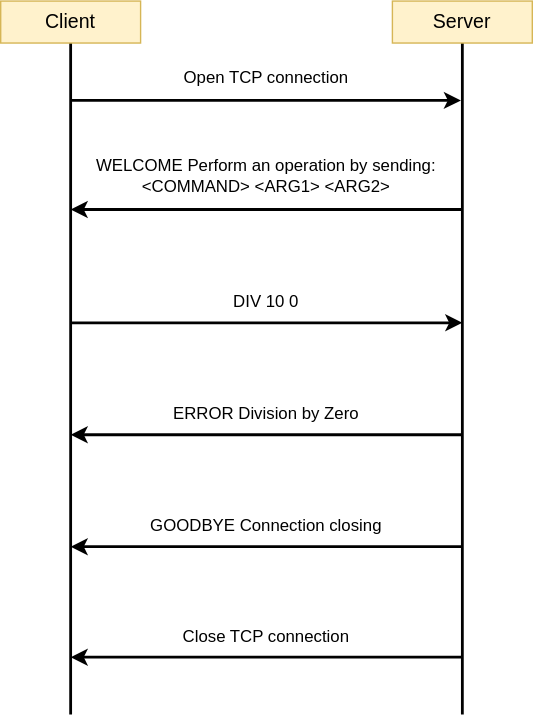
Above: specs/wolff-heig_adamrab187/images/protocol-Error-Scenario-Example.svg in wolff-heig/dai-lab-protocoldesign (draw.io), before the change. Source tidied: cells renumbered, new cells last; positions are measured from the earlier drawing's top-left corner, leaving out a move shared by most shapes. The source it was exported from:
```xml
<mxGraphModel>
  <root>
    <mxCell id="0" />
    <mxCell id="1" parent="0" />
    <mxCell id="2" style="line;strokeWidth=2;direction=south;html=1;perimeter=backbonePerimeter;" parent="1" vertex="1">
      <mxGeometry x="45" y="30" width="10" height="480" as="geometry" />
    </mxCell>
    <mxCell id="3" style="line;strokeWidth=2;direction=south;html=1;perimeter=backbonePerimeter;points=[];outlineConnect=0;" parent="1" vertex="1">
      <mxGeometry x="325" y="30" width="10" height="480" as="geometry" />
    </mxCell>
    <mxCell id="4" value="&lt;font style=&quot;font-size: 14px;&quot;&gt;Client&lt;/font&gt;" style="text;html=1;align=center;verticalAlign=middle;whiteSpace=wrap;rounded=0;rotation=0;fillColor=#fff2cc;strokeColor=#d6b656;" parent="1" vertex="1">
      <mxGeometry width="100" height="30" as="geometry" />
    </mxCell>
    <mxCell id="5" value="&lt;div&gt;&lt;font style=&quot;font-size: 14px;&quot;&gt;Server&lt;/font&gt;&lt;/div&gt;" style="text;html=1;align=center;verticalAlign=middle;whiteSpace=wrap;rounded=0;rotation=0;fillColor=#fff2cc;strokeColor=#d6b656;" parent="1" vertex="1">
      <mxGeometry x="280" width="100" height="30" as="geometry" />
    </mxCell>
    <mxCell id="6" style="endArrow=classic;html=1;rounded=0;strokeWidth=2;" parent="1" edge="1">
      <mxGeometry relative="1" as="geometry">
        <mxPoint x="50" y="71" as="sourcePoint" />
        <mxPoint x="329" y="71" as="targetPoint" />
      </mxGeometry>
    </mxCell>
    <mxCell id="7" style="endArrow=classic;html=1;rounded=0;strokeWidth=2;entryX=0.563;entryY=0.5;entryDx=0;entryDy=0;entryPerimeter=0;" parent="1" edge="1">
      <mxGeometry relative="1" as="geometry">
        <mxPoint x="50" y="230" as="sourcePoint" />
        <mxPoint x="330" y="230" as="targetPoint" />
      </mxGeometry>
    </mxCell>
    <mxCell id="8" value="&lt;div&gt;Open TCP connection&lt;/div&gt;" style="text;strokeColor=none;align=center;fillColor=none;html=1;verticalAlign=middle;whiteSpace=wrap;rounded=0;" parent="1" vertex="1">
      <mxGeometry x="115" y="40" width="150" height="30" as="geometry" />
    </mxCell>
    <mxCell id="9" style="endArrow=classic;html=1;rounded=0;strokeWidth=2;" parent="1" edge="1">
      <mxGeometry relative="1" as="geometry">
        <mxPoint x="330" y="149" as="sourcePoint" />
        <mxPoint x="50" y="149" as="targetPoint" />
      </mxGeometry>
    </mxCell>
    <mxCell id="10" value="&lt;div&gt;WELCOME Perform an operation by sending: &amp;lt;COMMAND&amp;gt; &amp;lt;ARG1&amp;gt; &amp;lt;ARG2&amp;gt;&lt;/div&gt;" style="text;strokeColor=none;align=center;fillColor=none;html=1;verticalAlign=middle;whiteSpace=wrap;rounded=0;" parent="1" vertex="1">
      <mxGeometry x="60" y="110" width="260" height="30" as="geometry" />
    </mxCell>
    <mxCell id="11" value="&lt;div&gt;DIV 10 0&lt;/div&gt;" style="text;strokeColor=none;align=center;fillColor=none;html=1;verticalAlign=middle;whiteSpace=wrap;rounded=0;" parent="1" vertex="1">
      <mxGeometry x="60" y="200" width="260" height="30" as="geometry" />
    </mxCell>
    <mxCell id="12" style="endArrow=classic;html=1;rounded=0;strokeWidth=2;" parent="1" edge="1">
      <mxGeometry relative="1" as="geometry">
        <mxPoint x="330" y="310" as="sourcePoint" />
        <mxPoint x="50" y="310" as="targetPoint" />
      </mxGeometry>
    </mxCell>
    <mxCell id="13" value="&lt;div&gt;ERROR Division by Zero&lt;/div&gt;" style="text;strokeColor=none;align=center;fillColor=none;html=1;verticalAlign=middle;whiteSpace=wrap;rounded=0;" parent="1" vertex="1">
      <mxGeometry x="60" y="280" width="260" height="30" as="geometry" />
    </mxCell>
    <mxCell id="14" style="endArrow=classic;html=1;rounded=0;strokeWidth=2;" parent="1" edge="1">
      <mxGeometry relative="1" as="geometry">
        <mxPoint x="330" y="390" as="sourcePoint" />
        <mxPoint x="50" y="390" as="targetPoint" />
      </mxGeometry>
    </mxCell>
    <mxCell id="15" value="&lt;div&gt;GOODBYE Connection closing&lt;/div&gt;" style="text;strokeColor=none;align=center;fillColor=none;html=1;verticalAlign=middle;whiteSpace=wrap;rounded=0;" parent="1" vertex="1">
      <mxGeometry x="60" y="360" width="260" height="30" as="geometry" />
    </mxCell>
    <mxCell id="16" style="endArrow=classic;html=1;rounded=0;strokeWidth=2;" parent="1" edge="1">
      <mxGeometry relative="1" as="geometry">
        <mxPoint x="330" y="469" as="sourcePoint" />
        <mxPoint x="50" y="469" as="targetPoint" />
      </mxGeometry>
    </mxCell>
    <mxCell id="17" value="&lt;div&gt;Close TCP connection&lt;/div&gt;" style="text;strokeColor=none;align=center;fillColor=none;html=1;verticalAlign=middle;whiteSpace=wrap;rounded=0;" parent="1" vertex="1">
      <mxGeometry x="60" y="440" width="260" height="30" as="geometry" />
    </mxCell>
  </root>
</mxGraphModel>
```
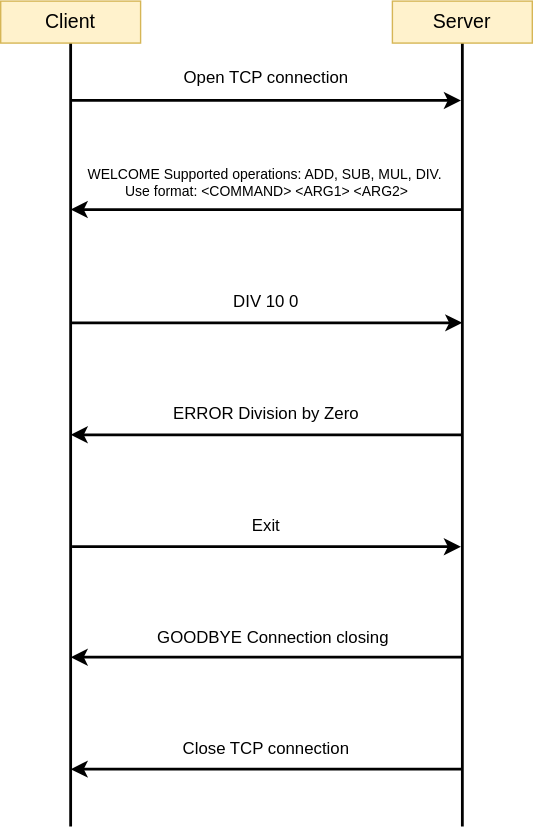
After the change.

The edit, as a diff of the source:
```diff
@@ -3,10 +3,10 @@
     <mxCell id="0" />
     <mxCell id="1" parent="0" />
     <mxCell id="2" style="line;strokeWidth=2;direction=south;html=1;perimeter=backbonePerimeter;" parent="1" vertex="1">
-      <mxGeometry x="45" y="30" width="10" height="480" as="geometry" />
+      <mxGeometry x="45" y="30" width="10" height="560" as="geometry" />
     </mxCell>
     <mxCell id="3" style="line;strokeWidth=2;direction=south;html=1;perimeter=backbonePerimeter;points=[];outlineConnect=0;" parent="1" vertex="1">
-      <mxGeometry x="325" y="30" width="10" height="480" as="geometry" />
+      <mxGeometry x="325" y="30" width="10" height="560" as="geometry" />
     </mxCell>
     <mxCell id="4" value="&lt;font style=&quot;font-size: 14px;&quot;&gt;Client&lt;/font&gt;" style="text;html=1;align=center;verticalAlign=middle;whiteSpace=wrap;rounded=0;rotation=0;fillColor=#fff2cc;strokeColor=#d6b656;" parent="1" vertex="1">
       <mxGeometry width="100" height="30" as="geometry" />
@@ -35,8 +35,8 @@
         <mxPoint x="50" y="149" as="targetPoint" />
       </mxGeometry>
     </mxCell>
-    <mxCell id="10" value="&lt;div&gt;WELCOME Perform an operation by sending: &amp;lt;COMMAND&amp;gt; &amp;lt;ARG1&amp;gt; &amp;lt;ARG2&amp;gt;&lt;/div&gt;" style="text;strokeColor=none;align=center;fillColor=none;html=1;verticalAlign=middle;whiteSpace=wrap;rounded=0;" parent="1" vertex="1">
-      <mxGeometry x="60" y="110" width="260" height="30" as="geometry" />
+    <mxCell id="10" value="&lt;div style=&quot;font-size: 10px;&quot;&gt;&lt;font style=&quot;font-size: 10px;&quot;&gt;WELCOME Supported operations: ADD, SUB, MUL, DIV.&amp;nbsp;&lt;/font&gt;&lt;/div&gt;&lt;div style=&quot;font-size: 10px;&quot;&gt;&lt;font style=&quot;font-size: 10px;&quot;&gt;Use format: &amp;lt;COMMAND&amp;gt; &amp;lt;ARG1&amp;gt; &amp;lt;ARG2&amp;gt;&lt;/font&gt;&lt;/div&gt;" style="text;strokeColor=none;align=center;fillColor=none;html=1;verticalAlign=middle;whiteSpace=wrap;rounded=0;" parent="1" vertex="1">
+      <mxGeometry x="37.5" y="110" width="305" height="40" as="geometry" />
     </mxCell>
     <mxCell id="11" value="&lt;div&gt;DIV 10 0&lt;/div&gt;" style="text;strokeColor=none;align=center;fillColor=none;html=1;verticalAlign=middle;whiteSpace=wrap;rounded=0;" parent="1" vertex="1">
       <mxGeometry x="60" y="200" width="260" height="30" as="geometry" />
@@ -50,23 +50,31 @@
     <mxCell id="13" value="&lt;div&gt;ERROR Division by Zero&lt;/div&gt;" style="text;strokeColor=none;align=center;fillColor=none;html=1;verticalAlign=middle;whiteSpace=wrap;rounded=0;" parent="1" vertex="1">
       <mxGeometry x="60" y="280" width="260" height="30" as="geometry" />
     </mxCell>
-    <mxCell id="14" style="endArrow=classic;html=1;rounded=0;strokeWidth=2;" parent="1" edge="1">
-      <mxGeometry relative="1" as="geometry">
-        <mxPoint x="330" y="390" as="sourcePoint" />
-        <mxPoint x="50" y="390" as="targetPoint" />
-      </mxGeometry>
-    </mxCell>
-    <mxCell id="15" value="&lt;div&gt;GOODBYE Connection closing&lt;/div&gt;" style="text;strokeColor=none;align=center;fillColor=none;html=1;verticalAlign=middle;whiteSpace=wrap;rounded=0;" parent="1" vertex="1">
-      <mxGeometry x="60" y="360" width="260" height="30" as="geometry" />
-    </mxCell>
     <mxCell id="16" style="endArrow=classic;html=1;rounded=0;strokeWidth=2;" parent="1" edge="1">
       <mxGeometry relative="1" as="geometry">
-        <mxPoint x="330" y="469" as="sourcePoint" />
-        <mxPoint x="50" y="469" as="targetPoint" />
+        <mxPoint x="330" y="549" as="sourcePoint" />
+        <mxPoint x="50" y="549" as="targetPoint" />
       </mxGeometry>
     </mxCell>
     <mxCell id="17" value="&lt;div&gt;Close TCP connection&lt;/div&gt;" style="text;strokeColor=none;align=center;fillColor=none;html=1;verticalAlign=middle;whiteSpace=wrap;rounded=0;" parent="1" vertex="1">
-      <mxGeometry x="60" y="440" width="260" height="30" as="geometry" />
+      <mxGeometry x="60" y="520" width="260" height="30" as="geometry" />
     </mxCell>
+    <mxCell id="18" style="endArrow=classic;html=1;rounded=0;strokeWidth=2;" parent="1" edge="1">
+      <mxGeometry relative="1" as="geometry">
+        <mxPoint x="330" y="469" as="sourcePoint" />
+        <mxPoint x="50" y="469" as="targetPoint" />
+      </mxGeometry>
+    </mxCell>
+    <mxCell id="15" value="&lt;div&gt;GOODBYE Connection closing&lt;/div&gt;" style="text;strokeColor=none;align=center;fillColor=none;html=1;verticalAlign=middle;whiteSpace=wrap;rounded=0;" parent="1" vertex="1">
+      <mxGeometry x="65" y="439.5" width="260" height="30" as="geometry" />
+    </mxCell>
+    <mxCell id="19" style="endArrow=classic;html=1;rounded=0;strokeWidth=2;" parent="1" edge="1" target="3">
+      <mxGeometry relative="1" as="geometry">
+        <mxPoint x="51" y="390" as="sourcePoint" />
+      </mxGeometry>
+    </mxCell>
+    <mxCell id="20" value="&lt;div&gt;Exit&lt;/div&gt;" style="text;strokeColor=none;align=center;fillColor=none;html=1;verticalAlign=middle;whiteSpace=wrap;rounded=0;" parent="1" vertex="1">
+      <mxGeometry x="60" y="360" width="260" height="30" as="geometry" />
+    </mxCell>
   </root>
 </mxGraphModel>
```
